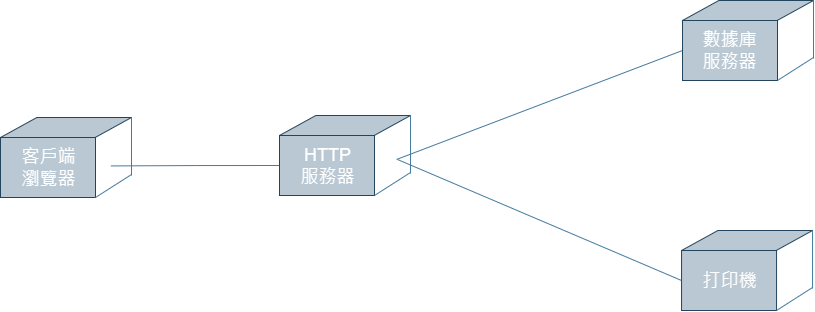
Before: 6.2系統部屬圖.drawio.png, a diagram exported from draw.io (11024117/SE_Final-Paper). Source tidied: cells renumbered, new cells last; positions are measured from the earlier drawing's top-left corner, leaving out a move shared by most shapes. Source of this version:
```xml
<mxGraphModel background="#ffffff">
  <root>
    <mxCell id="0" />
    <mxCell id="1" parent="0" />
    <mxCell id="2" style="shape=parallelogram;perimeter=parallelogramPerimeter;whiteSpace=wrap;html=1;fixedSize=1;size=36.33331298828122;labelBackgroundColor=none;fillColor=#bac8d3;strokeColor=#23445d;" parent="1" vertex="1">
      <mxGeometry y="117" width="131" height="20" as="geometry" />
    </mxCell>
    <mxCell id="3" style="rounded=0;whiteSpace=wrap;html=1;labelBackgroundColor=none;fillColor=#bac8d3;strokeColor=#23445d;" parent="1" vertex="1">
      <mxGeometry y="137" width="95" height="60" as="geometry" />
    </mxCell>
    <mxCell id="4" style="endArrow=none;html=1;rounded=0;labelBackgroundColor=none;strokeColor=#457B9D;fontColor=default;" parent="1" edge="1">
      <mxGeometry relative="1" as="geometry">
        <mxPoint x="95" y="197" as="sourcePoint" />
        <mxPoint x="131" y="174" as="targetPoint" />
      </mxGeometry>
    </mxCell>
    <mxCell id="5" style="endArrow=none;html=1;rounded=0;labelBackgroundColor=none;strokeColor=#457B9D;fontColor=default;" parent="1" edge="1">
      <mxGeometry relative="1" as="geometry">
        <mxPoint x="131" y="175" as="sourcePoint" />
        <mxPoint x="131" y="117" as="targetPoint" />
      </mxGeometry>
    </mxCell>
    <mxCell id="6" value="&lt;font color=&quot;#ffffff&quot; style=&quot;font-size: 18px;&quot;&gt;客戶端&lt;br&gt;瀏覽器&lt;/font&gt;" style="text;html=1;align=center;verticalAlign=middle;strokeColor=none;fillColor=none;labelBackgroundColor=none;fontColor=#1D3557;" parent="1" vertex="1">
      <mxGeometry x="11.5" y="140" width="72" height="55" as="geometry" />
    </mxCell>
    <mxCell id="7" style="shape=parallelogram;perimeter=parallelogramPerimeter;whiteSpace=wrap;html=1;fixedSize=1;size=36.33331298828122;labelBackgroundColor=none;fillColor=#bac8d3;strokeColor=#23445d;" parent="1" vertex="1">
      <mxGeometry x="279" y="115" width="131" height="20" as="geometry" />
    </mxCell>
    <mxCell id="8" style="edgeStyle=orthogonalEdgeStyle;rounded=0;jettySize=auto;html=1;exitX=0;exitY=0.5;exitDx=0;exitDy=0;strokeColor=#457B9D;fontColor=#1D3557;fillColor=#A8DADC;endArrow=none;endFill=0;" parent="1" edge="1" source="9">
      <mxGeometry relative="1" as="geometry">
        <mxPoint x="110.4" y="165.4" as="targetPoint" />
      </mxGeometry>
    </mxCell>
    <mxCell id="9" style="rounded=0;whiteSpace=wrap;html=1;labelBackgroundColor=none;fillColor=#bac8d3;strokeColor=#23445d;" parent="1" vertex="1">
      <mxGeometry x="279" y="135" width="95" height="60" as="geometry" />
    </mxCell>
    <mxCell id="10" style="endArrow=none;html=1;rounded=0;labelBackgroundColor=none;strokeColor=#457B9D;fontColor=default;" parent="1" edge="1">
      <mxGeometry relative="1" as="geometry">
        <mxPoint x="374" y="195" as="sourcePoint" />
        <mxPoint x="410" y="172" as="targetPoint" />
      </mxGeometry>
    </mxCell>
    <mxCell id="11" style="endArrow=none;html=1;rounded=0;labelBackgroundColor=none;strokeColor=#457B9D;fontColor=default;" parent="1" edge="1">
      <mxGeometry relative="1" as="geometry">
        <mxPoint x="410" y="173" as="sourcePoint" />
        <mxPoint x="410" y="115" as="targetPoint" />
      </mxGeometry>
    </mxCell>
    <mxCell id="12" value="&lt;font color=&quot;#ffffff&quot; style=&quot;font-size: 18px;&quot;&gt;HTTP&lt;br&gt;服務器&lt;/font&gt;" style="text;html=1;align=center;verticalAlign=middle;strokeColor=none;fillColor=none;labelBackgroundColor=none;fontColor=#1D3557;" parent="1" vertex="1">
      <mxGeometry x="290.5" y="138" width="72" height="55" as="geometry" />
    </mxCell>
    <mxCell id="13" style="shape=parallelogram;perimeter=parallelogramPerimeter;whiteSpace=wrap;html=1;fixedSize=1;size=36.33331298828122;labelBackgroundColor=none;fillColor=#bac8d3;strokeColor=#23445d;" parent="1" vertex="1">
      <mxGeometry x="682" width="131" height="20" as="geometry" />
    </mxCell>
    <mxCell id="14" style="rounded=0;jettySize=auto;html=1;exitX=0;exitY=0.5;exitDx=0;exitDy=0;strokeColor=#457B9D;fontColor=#1D3557;fillColor=#A8DADC;endArrow=none;endFill=0;" parent="1" edge="1" source="15">
      <mxGeometry relative="1" as="geometry">
        <mxPoint x="396.1" y="159" as="targetPoint" />
      </mxGeometry>
    </mxCell>
    <mxCell id="15" style="rounded=0;whiteSpace=wrap;html=1;labelBackgroundColor=none;fillColor=#bac8d3;strokeColor=#23445d;" parent="1" vertex="1">
      <mxGeometry x="682" y="20" width="95" height="60" as="geometry" />
    </mxCell>
    <mxCell id="16" style="endArrow=none;html=1;rounded=0;labelBackgroundColor=none;strokeColor=#457B9D;fontColor=default;" parent="1" edge="1">
      <mxGeometry relative="1" as="geometry">
        <mxPoint x="777" y="80" as="sourcePoint" />
        <mxPoint x="813" y="57" as="targetPoint" />
      </mxGeometry>
    </mxCell>
    <mxCell id="17" style="endArrow=none;html=1;rounded=0;labelBackgroundColor=none;strokeColor=#457B9D;fontColor=default;" parent="1" edge="1">
      <mxGeometry relative="1" as="geometry">
        <mxPoint x="813" y="58" as="sourcePoint" />
        <mxPoint x="813" as="targetPoint" />
      </mxGeometry>
    </mxCell>
    <mxCell id="18" value="&lt;font color=&quot;#ffffff&quot; style=&quot;font-size: 18px;&quot;&gt;數據庫&lt;br&gt;服務器&lt;/font&gt;" style="text;html=1;align=center;verticalAlign=middle;strokeColor=none;fillColor=none;labelBackgroundColor=none;fontColor=#1D3557;" parent="1" vertex="1">
      <mxGeometry x="693.5" y="23" width="72" height="55" as="geometry" />
    </mxCell>
    <mxCell id="19" style="shape=parallelogram;perimeter=parallelogramPerimeter;whiteSpace=wrap;html=1;fixedSize=1;size=36.33331298828122;fillColor=#bac8d3;strokeColor=#23445d;labelBackgroundColor=none;" parent="1" vertex="1">
      <mxGeometry x="681" y="230" width="131" height="20" as="geometry" />
    </mxCell>
    <mxCell id="20" style="rounded=0;jettySize=auto;html=1;exitX=0;exitY=0.5;exitDx=0;exitDy=0;strokeColor=#457B9D;fontColor=#1D3557;fillColor=#A8DADC;endArrow=none;endFill=0;" parent="1" edge="1" source="21">
      <mxGeometry relative="1" as="geometry">
        <mxPoint x="397" y="159" as="targetPoint" />
      </mxGeometry>
    </mxCell>
    <mxCell id="21" style="rounded=0;whiteSpace=wrap;html=1;fillColor=#bac8d3;strokeColor=#23445d;labelBackgroundColor=none;" parent="1" vertex="1">
      <mxGeometry x="681" y="250" width="95" height="60" as="geometry" />
    </mxCell>
    <mxCell id="22" style="endArrow=none;html=1;rounded=0;labelBackgroundColor=none;strokeColor=#457B9D;fontColor=default;" parent="1" edge="1">
      <mxGeometry relative="1" as="geometry">
        <mxPoint x="776" y="310" as="sourcePoint" />
        <mxPoint x="812" y="287" as="targetPoint" />
      </mxGeometry>
    </mxCell>
    <mxCell id="23" style="endArrow=none;html=1;rounded=0;labelBackgroundColor=none;strokeColor=#457B9D;fontColor=default;" parent="1" edge="1">
      <mxGeometry relative="1" as="geometry">
        <mxPoint x="812" y="288" as="sourcePoint" />
        <mxPoint x="812" y="230" as="targetPoint" />
      </mxGeometry>
    </mxCell>
    <mxCell id="24" value="&lt;span style=&quot;font-size: 18px;&quot;&gt;&lt;font color=&quot;#ffffff&quot;&gt;打印機&lt;/font&gt;&lt;/span&gt;" style="text;html=1;align=center;verticalAlign=middle;strokeColor=none;fillColor=none;labelBackgroundColor=none;fontColor=#1D3557;" parent="1" vertex="1">
      <mxGeometry x="692.5" y="264" width="72" height="34" as="geometry" />
    </mxCell>
  </root>
</mxGraphModel>
```
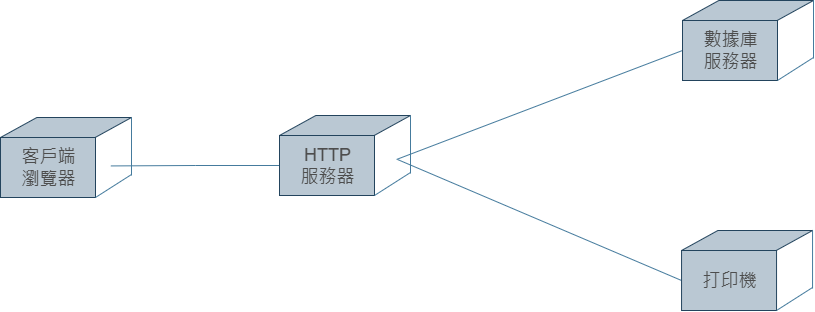
The same file after the commit.

Commit message:
已添加 6.2系統部屬圖.drawio.png

The edit, as a diff of the source:
```diff
@@ -20,7 +20,7 @@
         <mxPoint x="131" y="117" as="targetPoint" />
       </mxGeometry>
     </mxCell>
-    <mxCell id="6" value="&lt;font color=&quot;#ffffff&quot; style=&quot;font-size: 18px;&quot;&gt;客戶端&lt;br&gt;瀏覽器&lt;/font&gt;" style="text;html=1;align=center;verticalAlign=middle;strokeColor=none;fillColor=none;labelBackgroundColor=none;fontColor=#1D3557;" parent="1" vertex="1">
+    <mxCell id="6" value="&lt;font color=&quot;#4d4d4d&quot; style=&quot;font-size: 18px;&quot;&gt;客戶端&lt;br&gt;瀏覽器&lt;/font&gt;" style="text;html=1;align=center;verticalAlign=middle;strokeColor=none;fillColor=none;labelBackgroundColor=none;fontColor=#1D3557;" parent="1" vertex="1">
       <mxGeometry x="11.5" y="140" width="72" height="55" as="geometry" />
     </mxCell>
     <mxCell id="7" style="shape=parallelogram;perimeter=parallelogramPerimeter;whiteSpace=wrap;html=1;fixedSize=1;size=36.33331298828122;labelBackgroundColor=none;fillColor=#bac8d3;strokeColor=#23445d;" parent="1" vertex="1">
@@ -46,7 +46,7 @@
         <mxPoint x="410" y="115" as="targetPoint" />
       </mxGeometry>
     </mxCell>
-    <mxCell id="12" value="&lt;font color=&quot;#ffffff&quot; style=&quot;font-size: 18px;&quot;&gt;HTTP&lt;br&gt;服務器&lt;/font&gt;" style="text;html=1;align=center;verticalAlign=middle;strokeColor=none;fillColor=none;labelBackgroundColor=none;fontColor=#1D3557;" parent="1" vertex="1">
+    <mxCell id="12" value="&lt;font color=&quot;#4d4d4d&quot; style=&quot;font-size: 18px;&quot;&gt;HTTP&lt;br&gt;服務器&lt;/font&gt;" style="text;html=1;align=center;verticalAlign=middle;strokeColor=none;fillColor=none;labelBackgroundColor=none;fontColor=#1D3557;" parent="1" vertex="1">
       <mxGeometry x="290.5" y="138" width="72" height="55" as="geometry" />
     </mxCell>
     <mxCell id="13" style="shape=parallelogram;perimeter=parallelogramPerimeter;whiteSpace=wrap;html=1;fixedSize=1;size=36.33331298828122;labelBackgroundColor=none;fillColor=#bac8d3;strokeColor=#23445d;" parent="1" vertex="1">
@@ -72,7 +72,7 @@
         <mxPoint x="813" as="targetPoint" />
       </mxGeometry>
     </mxCell>
-    <mxCell id="18" value="&lt;font color=&quot;#ffffff&quot; style=&quot;font-size: 18px;&quot;&gt;數據庫&lt;br&gt;服務器&lt;/font&gt;" style="text;html=1;align=center;verticalAlign=middle;strokeColor=none;fillColor=none;labelBackgroundColor=none;fontColor=#1D3557;" parent="1" vertex="1">
+    <mxCell id="18" value="&lt;font color=&quot;#4d4d4d&quot; style=&quot;font-size: 18px;&quot;&gt;數據庫&lt;br&gt;服務器&lt;/font&gt;" style="text;html=1;align=center;verticalAlign=middle;strokeColor=none;fillColor=none;labelBackgroundColor=none;fontColor=#1D3557;" parent="1" vertex="1">
       <mxGeometry x="693.5" y="23" width="72" height="55" as="geometry" />
     </mxCell>
     <mxCell id="19" style="shape=parallelogram;perimeter=parallelogramPerimeter;whiteSpace=wrap;html=1;fixedSize=1;size=36.33331298828122;fillColor=#bac8d3;strokeColor=#23445d;labelBackgroundColor=none;" parent="1" vertex="1">
@@ -98,7 +98,7 @@
         <mxPoint x="812" y="230" as="targetPoint" />
       </mxGeometry>
     </mxCell>
-    <mxCell id="24" value="&lt;span style=&quot;font-size: 18px;&quot;&gt;&lt;font color=&quot;#ffffff&quot;&gt;打印機&lt;/font&gt;&lt;/span&gt;" style="text;html=1;align=center;verticalAlign=middle;strokeColor=none;fillColor=none;labelBackgroundColor=none;fontColor=#1D3557;" parent="1" vertex="1">
+    <mxCell id="24" value="&lt;span style=&quot;font-size: 18px;&quot;&gt;&lt;font color=&quot;#4d4d4d&quot;&gt;打印機&lt;/font&gt;&lt;/span&gt;" style="text;html=1;align=center;verticalAlign=middle;strokeColor=none;fillColor=none;labelBackgroundColor=none;fontColor=#1D3557;" parent="1" vertex="1">
       <mxGeometry x="692.5" y="264" width="72" height="34" as="geometry" />
     </mxCell>
   </root>
```
